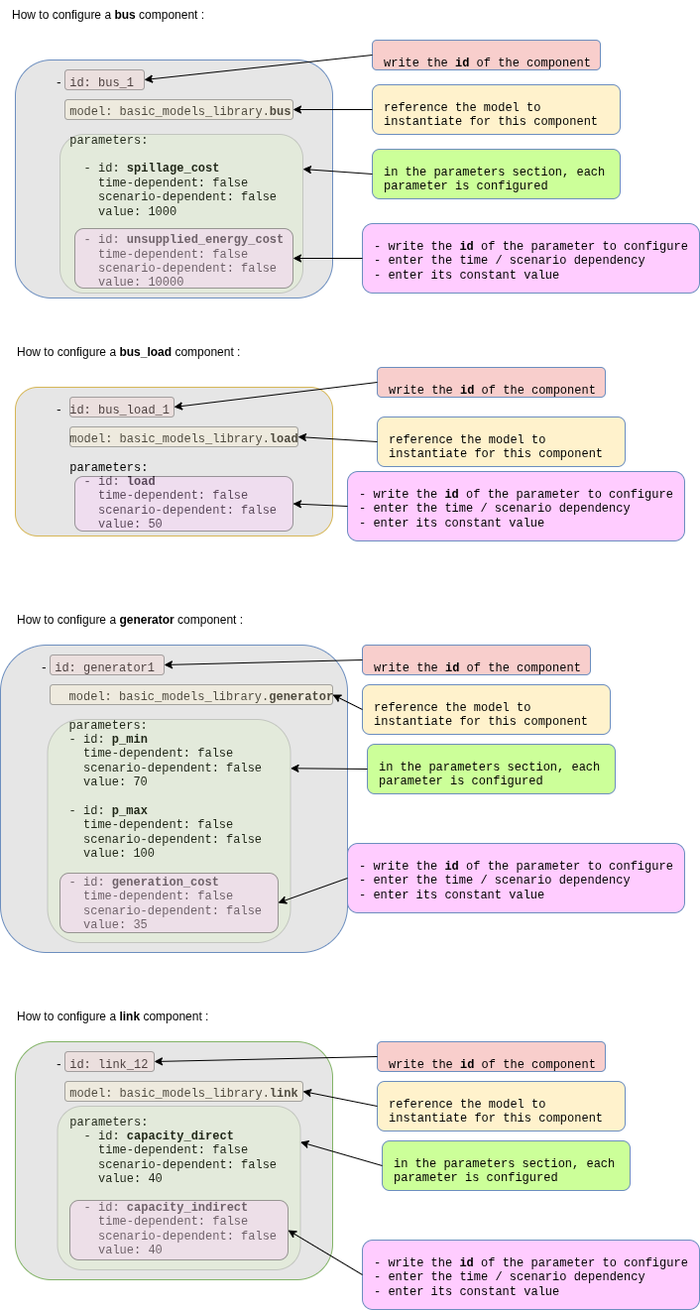
The draw.io diagram doc/assets/2_QSE_Adequacy_system.png in AntaresSimulatorTeam/GEMS, before a commit. Source tidied: cells renumbered, new cells last; positions are measured from the earlier drawing's top-left corner, leaving out a move shared by most shapes.
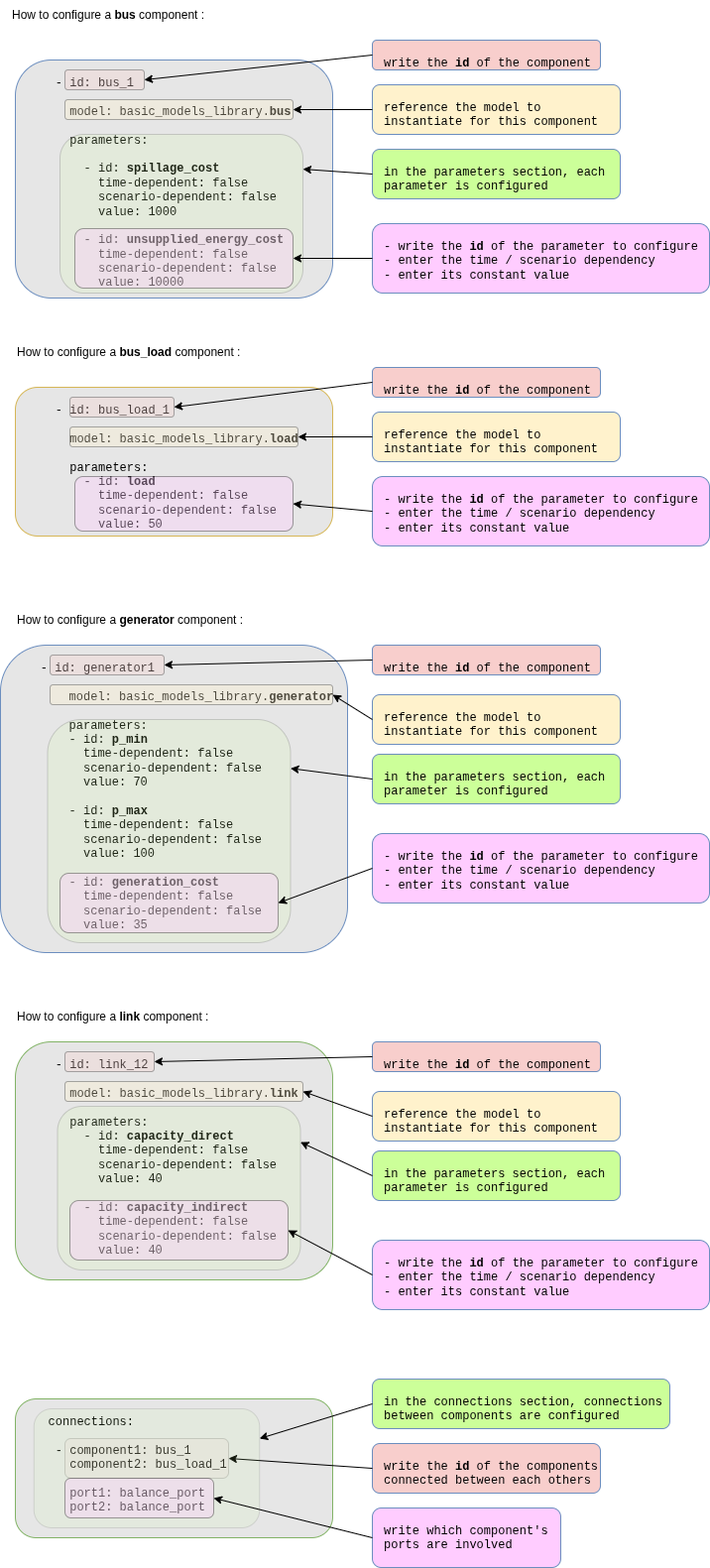
After the commit.

Commit message:
add connections part in diagram

What changed in the source:
```diff
@@ -33,7 +33,7 @@
       <mxGeometry x="60" y="135" width="245" height="160" as="geometry" />
     </mxCell>
     <mxCell id="12" value="- write the &lt;b&gt;id&lt;/b&gt; of the parameter to configure&lt;div&gt;&lt;div&gt;&lt;div&gt;&lt;div&gt;- enter the time / scenario dependency&lt;/div&gt;&lt;/div&gt;&lt;/div&gt;&lt;/div&gt;&lt;div&gt;- enter its constant value&lt;/div&gt;" style="rounded=1;whiteSpace=wrap;html=1;fillColor=#FFCCFF;strokeColor=#6c8ebf;align=left;verticalAlign=top;fontFamily=Courier New;fontSize=12;spacingLeft=10;spacingTop=10;" parent="1" vertex="1">
-      <mxGeometry x="365" y="225" width="340" height="70" as="geometry" />
+      <mxGeometry x="375" y="225" width="340" height="70" as="geometry" />
     </mxCell>
     <mxCell id="13" style="rounded=1;whiteSpace=wrap;html=1;opacity=35;fillColor=#FFCCFF;" parent="1" vertex="1">
       <mxGeometry x="75" y="230" width="220" height="60" as="geometry" />
@@ -51,10 +51,10 @@
       <mxGeometry relative="1" as="geometry" />
     </mxCell>
     <mxCell id="18" value="write the &lt;b&gt;id&lt;/b&gt;&amp;nbsp;of the component" style="rounded=1;whiteSpace=wrap;html=1;fillColor=#F8CECC;strokeColor=#6c8ebf;align=left;verticalAlign=top;fontFamily=Courier New;fontSize=12;spacingLeft=10;spacingTop=10;" parent="1" vertex="1">
-      <mxGeometry x="380" y="370" width="230" height="30" as="geometry" />
+      <mxGeometry x="375" y="370" width="230" height="30" as="geometry" />
     </mxCell>
     <mxCell id="19" value="reference the model to instantiate for this component" style="rounded=1;whiteSpace=wrap;html=1;fillColor=#FFF2CC;strokeColor=#6c8ebf;align=left;verticalAlign=top;fontFamily=Courier New;fontSize=12;spacingLeft=10;spacingTop=10;" parent="1" vertex="1">
-      <mxGeometry x="380" y="420" width="250" height="50" as="geometry" />
+      <mxGeometry x="375" y="415" width="250" height="50" as="geometry" />
     </mxCell>
     <mxCell id="20" style="rounded=1;whiteSpace=wrap;html=1;opacity=30;fillColor=#F8CECC;" parent="1" vertex="1">
       <mxGeometry x="70" y="400" width="105" height="20" as="geometry" />
@@ -63,7 +63,7 @@
       <mxGeometry x="70" y="430" width="230" height="20" as="geometry" />
     </mxCell>
     <mxCell id="22" value="- write the &lt;b&gt;id&lt;/b&gt; of the parameter to configure&lt;div&gt;&lt;div&gt;&lt;div&gt;&lt;div&gt;- enter the time / scenario dependency&lt;/div&gt;&lt;/div&gt;&lt;/div&gt;&lt;/div&gt;&lt;div&gt;- enter its constant value&lt;/div&gt;" style="rounded=1;whiteSpace=wrap;html=1;fillColor=#FFCCFF;strokeColor=#6c8ebf;align=left;verticalAlign=top;fontFamily=Courier New;fontSize=12;spacingLeft=10;spacingTop=10;" parent="1" vertex="1">
-      <mxGeometry x="350" y="475" width="340" height="70" as="geometry" />
+      <mxGeometry x="375" y="480" width="340" height="70" as="geometry" />
     </mxCell>
     <mxCell id="23" style="rounded=1;whiteSpace=wrap;html=1;opacity=35;fillColor=#FFCCFF;" parent="1" vertex="1">
       <mxGeometry x="75" y="480" width="220" height="55" as="geometry" />
@@ -78,10 +78,10 @@
       <mxGeometry relative="1" as="geometry" />
     </mxCell>
     <mxCell id="27" value="write the &lt;b&gt;id&lt;/b&gt;&amp;nbsp;of the component" style="rounded=1;whiteSpace=wrap;html=1;fillColor=#F8CECC;strokeColor=#6c8ebf;align=left;verticalAlign=top;fontFamily=Courier New;fontSize=12;spacingLeft=10;spacingTop=10;" parent="1" vertex="1">
-      <mxGeometry x="365" y="650" width="230" height="30" as="geometry" />
+      <mxGeometry x="375" y="650" width="230" height="30" as="geometry" />
     </mxCell>
     <mxCell id="28" value="reference the model to instantiate for this component" style="rounded=1;whiteSpace=wrap;html=1;fillColor=#FFF2CC;strokeColor=#6c8ebf;align=left;verticalAlign=top;fontFamily=Courier New;fontSize=12;spacingLeft=10;spacingTop=10;" parent="1" vertex="1">
-      <mxGeometry x="365" y="690" width="250" height="50" as="geometry" />
+      <mxGeometry x="375" y="700" width="250" height="50" as="geometry" />
     </mxCell>
     <mxCell id="29" style="rounded=1;whiteSpace=wrap;html=1;opacity=30;fillColor=#F8CECC;" parent="1" vertex="1">
       <mxGeometry x="50" y="660" width="115" height="20" as="geometry" />
@@ -90,13 +90,13 @@
       <mxGeometry x="50" y="690" width="285" height="20" as="geometry" />
     </mxCell>
     <mxCell id="31" value="in the parameters section, each parameter is configured" style="rounded=1;whiteSpace=wrap;html=1;fillColor=#CCFF99;strokeColor=#6c8ebf;align=left;verticalAlign=top;fontFamily=Courier New;fontSize=12;spacingLeft=10;spacingTop=10;" parent="1" vertex="1">
-      <mxGeometry x="370" y="750" width="250" height="50" as="geometry" />
+      <mxGeometry x="375" y="760" width="250" height="50" as="geometry" />
     </mxCell>
     <mxCell id="32" style="rounded=1;whiteSpace=wrap;html=1;opacity=15;fillColor=#CCFF99;" parent="1" vertex="1">
       <mxGeometry x="47.5" y="725" width="245" height="225" as="geometry" />
     </mxCell>
     <mxCell id="33" value="- write the &lt;b&gt;id&lt;/b&gt; of the parameter to configure&lt;div&gt;&lt;div&gt;&lt;div&gt;&lt;div&gt;- enter the time / scenario dependency&lt;/div&gt;&lt;/div&gt;&lt;/div&gt;&lt;/div&gt;&lt;div&gt;- enter its constant value&lt;/div&gt;" style="rounded=1;whiteSpace=wrap;html=1;fillColor=#FFCCFF;strokeColor=#6c8ebf;align=left;verticalAlign=top;fontFamily=Courier New;fontSize=12;spacingLeft=10;spacingTop=10;" parent="1" vertex="1">
-      <mxGeometry x="350" y="850" width="340" height="70" as="geometry" />
+      <mxGeometry x="375" y="840" width="340" height="70" as="geometry" />
     </mxCell>
     <mxCell id="34" style="rounded=1;whiteSpace=wrap;html=1;opacity=35;fillColor=#FFCCFF;" parent="1" vertex="1">
       <mxGeometry x="60" y="880" width="220" height="60" as="geometry" />
@@ -114,10 +114,10 @@
       <mxGeometry relative="1" as="geometry" />
     </mxCell>
     <mxCell id="39" value="write the &lt;b&gt;id&lt;/b&gt;&amp;nbsp;of the component" style="rounded=1;whiteSpace=wrap;html=1;fillColor=#F8CECC;strokeColor=#6c8ebf;align=left;verticalAlign=top;fontFamily=Courier New;fontSize=12;spacingLeft=10;spacingTop=10;" parent="1" vertex="1">
-      <mxGeometry x="380" y="1050" width="230" height="30" as="geometry" />
+      <mxGeometry x="375" y="1050" width="230" height="30" as="geometry" />
     </mxCell>
     <mxCell id="40" value="reference the model to instantiate for this component" style="rounded=1;whiteSpace=wrap;html=1;fillColor=#FFF2CC;strokeColor=#6c8ebf;align=left;verticalAlign=top;fontFamily=Courier New;fontSize=12;spacingLeft=10;spacingTop=10;" parent="1" vertex="1">
-      <mxGeometry x="380" y="1090" width="250" height="50" as="geometry" />
+      <mxGeometry x="375" y="1100" width="250" height="50" as="geometry" />
     </mxCell>
     <mxCell id="41" style="rounded=1;whiteSpace=wrap;html=1;opacity=30;fillColor=#F8CECC;" parent="1" vertex="1">
       <mxGeometry x="65" y="1060" width="90" height="20" as="geometry" />
@@ -126,13 +126,13 @@
       <mxGeometry x="65" y="1090" width="240" height="20" as="geometry" />
     </mxCell>
     <mxCell id="43" value="in the parameters section, each parameter is configured" style="rounded=1;whiteSpace=wrap;html=1;fillColor=#CCFF99;strokeColor=#6c8ebf;align=left;verticalAlign=top;fontFamily=Courier New;fontSize=12;spacingLeft=10;spacingTop=10;" parent="1" vertex="1">
-      <mxGeometry x="385" y="1150" width="250" height="50" as="geometry" />
+      <mxGeometry x="375" y="1160" width="250" height="50" as="geometry" />
     </mxCell>
     <mxCell id="44" style="rounded=1;whiteSpace=wrap;html=1;opacity=15;fillColor=#CCFF99;" parent="1" vertex="1">
       <mxGeometry x="57.5" y="1115" width="245" height="165" as="geometry" />
     </mxCell>
     <mxCell id="45" value="- write the &lt;b&gt;id&lt;/b&gt; of the parameter to configure&lt;div&gt;&lt;div&gt;&lt;div&gt;&lt;div&gt;- enter the time / scenario dependency&lt;/div&gt;&lt;/div&gt;&lt;/div&gt;&lt;/div&gt;&lt;div&gt;- enter its constant value&lt;/div&gt;" style="rounded=1;whiteSpace=wrap;html=1;fillColor=#FFCCFF;strokeColor=#6c8ebf;align=left;verticalAlign=top;fontFamily=Courier New;fontSize=12;spacingLeft=10;spacingTop=10;" parent="1" vertex="1">
-      <mxGeometry x="365" y="1250" width="340" height="70" as="geometry" />
+      <mxGeometry x="375" y="1250" width="340" height="70" as="geometry" />
     </mxCell>
     <mxCell id="46" style="rounded=1;whiteSpace=wrap;html=1;opacity=35;fillColor=#FFCCFF;" parent="1" vertex="1">
       <mxGeometry x="70" y="1210" width="220" height="60" as="geometry" />
@@ -161,5 +161,35 @@
     <mxCell id="54" value="How to configure a &lt;b&gt;link&lt;/b&gt; component :" style="text;html=1;whiteSpace=wrap;strokeColor=none;fillColor=none;align=left;verticalAlign=middle;rounded=0;" parent="1" vertex="1">
       <mxGeometry x="15" y="1010" width="285" height="30" as="geometry" />
     </mxCell>
+    <mxCell id="55" value="&lt;div&gt;&amp;nbsp; &amp;nbsp;connections:&lt;/div&gt;&lt;div&gt;&lt;br&gt;&lt;/div&gt;&lt;div&gt;&lt;span style=&quot;background-color: transparent; color: light-dark(rgb(0, 0, 0), rgb(255, 255, 255));&quot;&gt;&amp;nbsp; &amp;nbsp; - component1: bus_1&lt;/span&gt;&lt;/div&gt;&lt;div&gt;&amp;nbsp; &amp;nbsp; &amp;nbsp; component2: bus_load_1&lt;/div&gt;&lt;div&gt;&lt;br&gt;&lt;/div&gt;&lt;div&gt;&amp;nbsp; &amp;nbsp; &amp;nbsp; port1: balance_port&lt;/div&gt;&lt;div&gt;&amp;nbsp; &amp;nbsp; &amp;nbsp; port2: balance_port&lt;/div&gt;" style="rounded=1;whiteSpace=wrap;html=1;fillColor=#E6E6E6;strokeColor=#82b366;align=left;verticalAlign=top;fontFamily=Courier New;fontSize=12;spacingLeft=10;spacingTop=10;" parent="1" vertex="1">
+      <mxGeometry x="15" y="1410" width="320" height="140" as="geometry" />
+    </mxCell>
+    <mxCell id="56" value="write the &lt;b&gt;id&lt;/b&gt;&amp;nbsp;of the components connected between each others" style="rounded=1;whiteSpace=wrap;html=1;fillColor=#F8CECC;strokeColor=#6c8ebf;align=left;verticalAlign=top;fontFamily=Courier New;fontSize=12;spacingLeft=10;spacingTop=10;" parent="1" vertex="1">
+      <mxGeometry x="375" y="1455" width="230" height="50" as="geometry" />
+    </mxCell>
+    <mxCell id="57" style="rounded=1;whiteSpace=wrap;html=1;opacity=15;fillColor=#F8CECC;" parent="1" vertex="1">
+      <mxGeometry x="65" y="1450" width="165" height="40" as="geometry" />
+    </mxCell>
+    <mxCell id="58" style="endArrow=classic;html=1;rounded=0;exitX=0;exitY=0.5;exitDx=0;exitDy=0;entryX=1;entryY=0.5;entryDx=0;entryDy=0;" parent="1" edge="1" source="56" target="57">
+      <mxGeometry relative="1" as="geometry" />
+    </mxCell>
+    <mxCell id="59" value="in the connections section, connections between components are configured" style="rounded=1;whiteSpace=wrap;html=1;fillColor=#CCFF99;strokeColor=#6c8ebf;align=left;verticalAlign=top;fontFamily=Courier New;fontSize=12;spacingLeft=10;spacingTop=10;" parent="1" vertex="1">
+      <mxGeometry x="375" y="1390" width="300" height="50" as="geometry" />
+    </mxCell>
+    <mxCell id="60" style="rounded=1;whiteSpace=wrap;html=1;opacity=10;fillColor=#CCFF99;" parent="1" vertex="1">
+      <mxGeometry x="33.8" y="1420" width="227.5" height="120" as="geometry" />
+    </mxCell>
+    <mxCell id="61" style="endArrow=classic;html=1;rounded=0;exitX=0;exitY=0.5;exitDx=0;exitDy=0;entryX=1;entryY=0.25;entryDx=0;entryDy=0;" parent="1" edge="1" source="59" target="60">
+      <mxGeometry relative="1" as="geometry" />
+    </mxCell>
+    <mxCell id="62" value="write which component's ports are involved" style="rounded=1;whiteSpace=wrap;html=1;fillColor=#FFCCFF;strokeColor=#6c8ebf;align=left;verticalAlign=top;fontFamily=Courier New;fontSize=12;spacingLeft=10;spacingTop=10;" parent="1" vertex="1">
+      <mxGeometry x="375" y="1520" width="190" height="60" as="geometry" />
+    </mxCell>
+    <mxCell id="63" style="rounded=1;whiteSpace=wrap;html=1;opacity=35;fillColor=#FFCCFF;" parent="1" vertex="1">
+      <mxGeometry x="65" y="1490" width="150" height="40" as="geometry" />
+    </mxCell>
+    <mxCell id="64" style="endArrow=classic;html=1;rounded=0;exitX=0;exitY=0.5;exitDx=0;exitDy=0;entryX=1;entryY=0.5;entryDx=0;entryDy=0;" parent="1" edge="1" source="62" target="63">
+      <mxGeometry relative="1" as="geometry" />
+    </mxCell>
   </root>
 </mxGraphModel>
```
